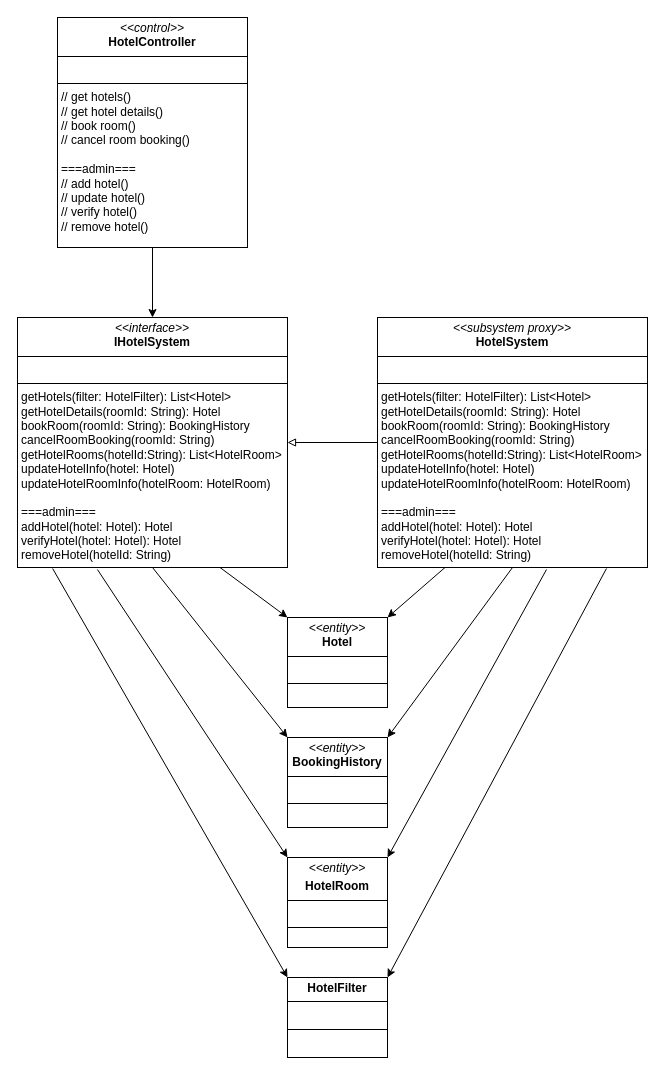
tenmo2003/OOAD keeps this draw.io diagram as hotel_subsystem.drawio. Above is the earlier version. Source tidied: cells renumbered, new cells numbered last; positions are measured from the earlier drawing's top-left corner, leaving out a move shared by most shapes. Both pictures are drawn from the tidied source at 100%, with x=0, y=0 at pixel (17, 17).
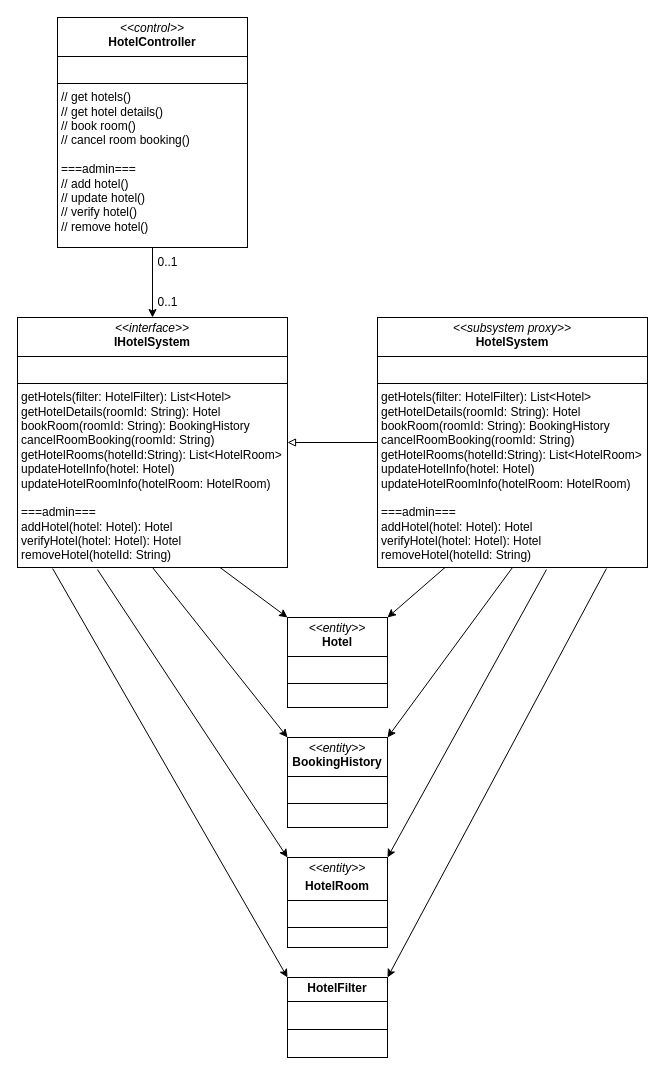
The same page after the edit.

Diff of the diagram source:
```diff
@@
+    <mxCell id="19" value="0..1" style="text;html=1;align=center;verticalAlign=middle;strokeColor=none;fillColor=none;" parent="1" vertex="1">
+      <mxGeometry x="130" y="230" width="40" height="30" as="geometry" />
+    </mxCell>
+    <mxCell id="20" value="0..1" style="text;html=1;align=center;verticalAlign=middle;strokeColor=none;fillColor=none;" parent="1" vertex="1">
+      <mxGeometry x="130" y="270" width="40" height="30" as="geometry" />
+    </mxCell>
```
